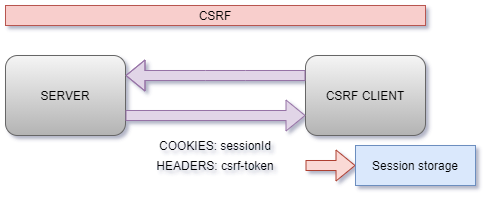
This is DRAW.IO/CSRF.png from Sepiqon/XpNebulous, a draw.io export, as it was before one commit. Source tidied: cells renumbered, new cells last; positions are measured from the earlier drawing's top-left corner, leaving out a move shared by most shapes. Source of this version:
```xml
<mxGraphModel>
  <root>
    <mxCell id="0" />
    <mxCell id="1" parent="0" />
    <mxCell id="2" value="CSRF CLIENT" style="rounded=1;fillColor=#f5f5f5;strokeColor=#666666;gradientColor=#b3b3b3;fontColor=#000000;" parent="1" vertex="1">
      <mxGeometry x="300" y="50" width="120" height="80" as="geometry" />
    </mxCell>
    <mxCell id="3" value="SERVER" style="rounded=1;fillColor=#f5f5f5;strokeColor=#666666;gradientColor=#b3b3b3;fontColor=#000000;" parent="1" vertex="1">
      <mxGeometry y="50" width="120" height="80" as="geometry" />
    </mxCell>
    <mxCell id="4" style="shape=flexArrow;endArrow=classic;shadow=0;fontFamily=Helvetica;entryX=0;entryY=0.75;entryDx=0;entryDy=0;exitX=1;exitY=0.75;exitDx=0;exitDy=0;comic=0;flowAnimation=0;noJump=0;backgroundOutline=0;fillColor=#e1d5e7;strokeColor=#9673a6;fontColor=#000000;" parent="1" edge="1" source="3" target="2">
      <mxGeometry relative="1" as="geometry" />
    </mxCell>
    <mxCell id="5" style="shape=flexArrow;endArrow=classic;shadow=0;fontFamily=Helvetica;entryX=1;entryY=0.25;entryDx=0;entryDy=0;exitX=0;exitY=0.25;exitDx=0;exitDy=0;fillColor=#e1d5e7;strokeColor=#9673a6;fontColor=#000000;" parent="1" edge="1" source="2" target="3">
      <mxGeometry relative="1" as="geometry">
        <Array as="points">
          <mxPoint x="240" y="70" />
          <mxPoint x="200" y="70" />
        </Array>
      </mxGeometry>
    </mxCell>
    <mxCell id="6" value="COOKIES: sessionId" style="text;strokeColor=none;fillColor=none;align=center;verticalAlign=middle;rounded=0;fontFamily=Helvetica;fontColor=#000000;" parent="1" vertex="1">
      <mxGeometry x="80" y="130" width="260" height="20" as="geometry" />
    </mxCell>
    <mxCell id="7" style="edgeStyle=none;shape=flexArrow;comic=0;orthogonalLoop=1;jettySize=auto;shadow=0;fillColor=#fad9d5;strokeColor=#ae4132;fontColor=#000000;" parent="1" edge="1">
      <mxGeometry relative="1" as="geometry">
        <mxPoint x="300" y="160" as="sourcePoint" />
        <mxPoint x="350" y="160" as="targetPoint" />
      </mxGeometry>
    </mxCell>
    <mxCell id="8" value="Session storage" style="rounded=0;fontFamily=Helvetica;strokeColor=#6c8ebf;fillColor=#dae8fc;fontColor=#000000;" parent="1" vertex="1">
      <mxGeometry x="350" y="140" width="120" height="40" as="geometry" />
    </mxCell>
    <mxCell id="9" value="CSRF" style="text;align=center;verticalAlign=middle;rounded=0;fontFamily=Helvetica;fillColor=#f8cecc;strokeColor=#b85450;fontColor=#000000;" parent="1" vertex="1">
      <mxGeometry width="420" height="20" as="geometry" />
    </mxCell>
    <mxCell id="10" value="HEADERS: csrf-token" style="text;html=1;strokeColor=none;fillColor=none;align=center;verticalAlign=middle;whiteSpace=wrap;rounded=0;" parent="1" vertex="1">
      <mxGeometry x="120" y="150" width="180" height="20" as="geometry" />
    </mxCell>
  </root>
</mxGraphModel>
```
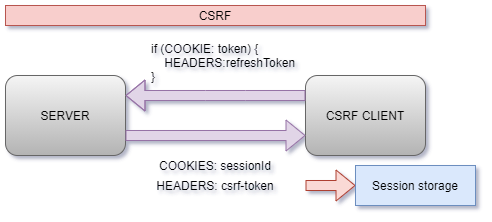
The same diagram one commit later.

Commit message:
zmiana csrf png

What changed in the source:
```diff
@@ -32,10 +32,13 @@
       <mxGeometry x="350" y="140" width="120" height="40" as="geometry" />
     </mxCell>
     <mxCell id="9" value="CSRF" style="text;align=center;verticalAlign=middle;rounded=0;fontFamily=Helvetica;fillColor=#f8cecc;strokeColor=#b85450;fontColor=#000000;" parent="1" vertex="1">
-      <mxGeometry width="420" height="20" as="geometry" />
+      <mxGeometry y="-20" width="420" height="20" as="geometry" />
     </mxCell>
     <mxCell id="10" value="HEADERS: csrf-token" style="text;html=1;strokeColor=none;fillColor=none;align=center;verticalAlign=middle;whiteSpace=wrap;rounded=0;" parent="1" vertex="1">
       <mxGeometry x="120" y="150" width="180" height="20" as="geometry" />
     </mxCell>
+    <mxCell id="11" value="if (COOKIE: token) {&#10;    HEADERS:refreshToken&#10;}" style="text;strokeColor=none;fillColor=none;align=left;verticalAlign=top;spacingLeft=4;spacingRight=4;overflow=hidden;" parent="1" vertex="1">
+      <mxGeometry x="140" y="10" width="200" height="60" as="geometry" />
+    </mxCell>
   </root>
 </mxGraphModel>
```
